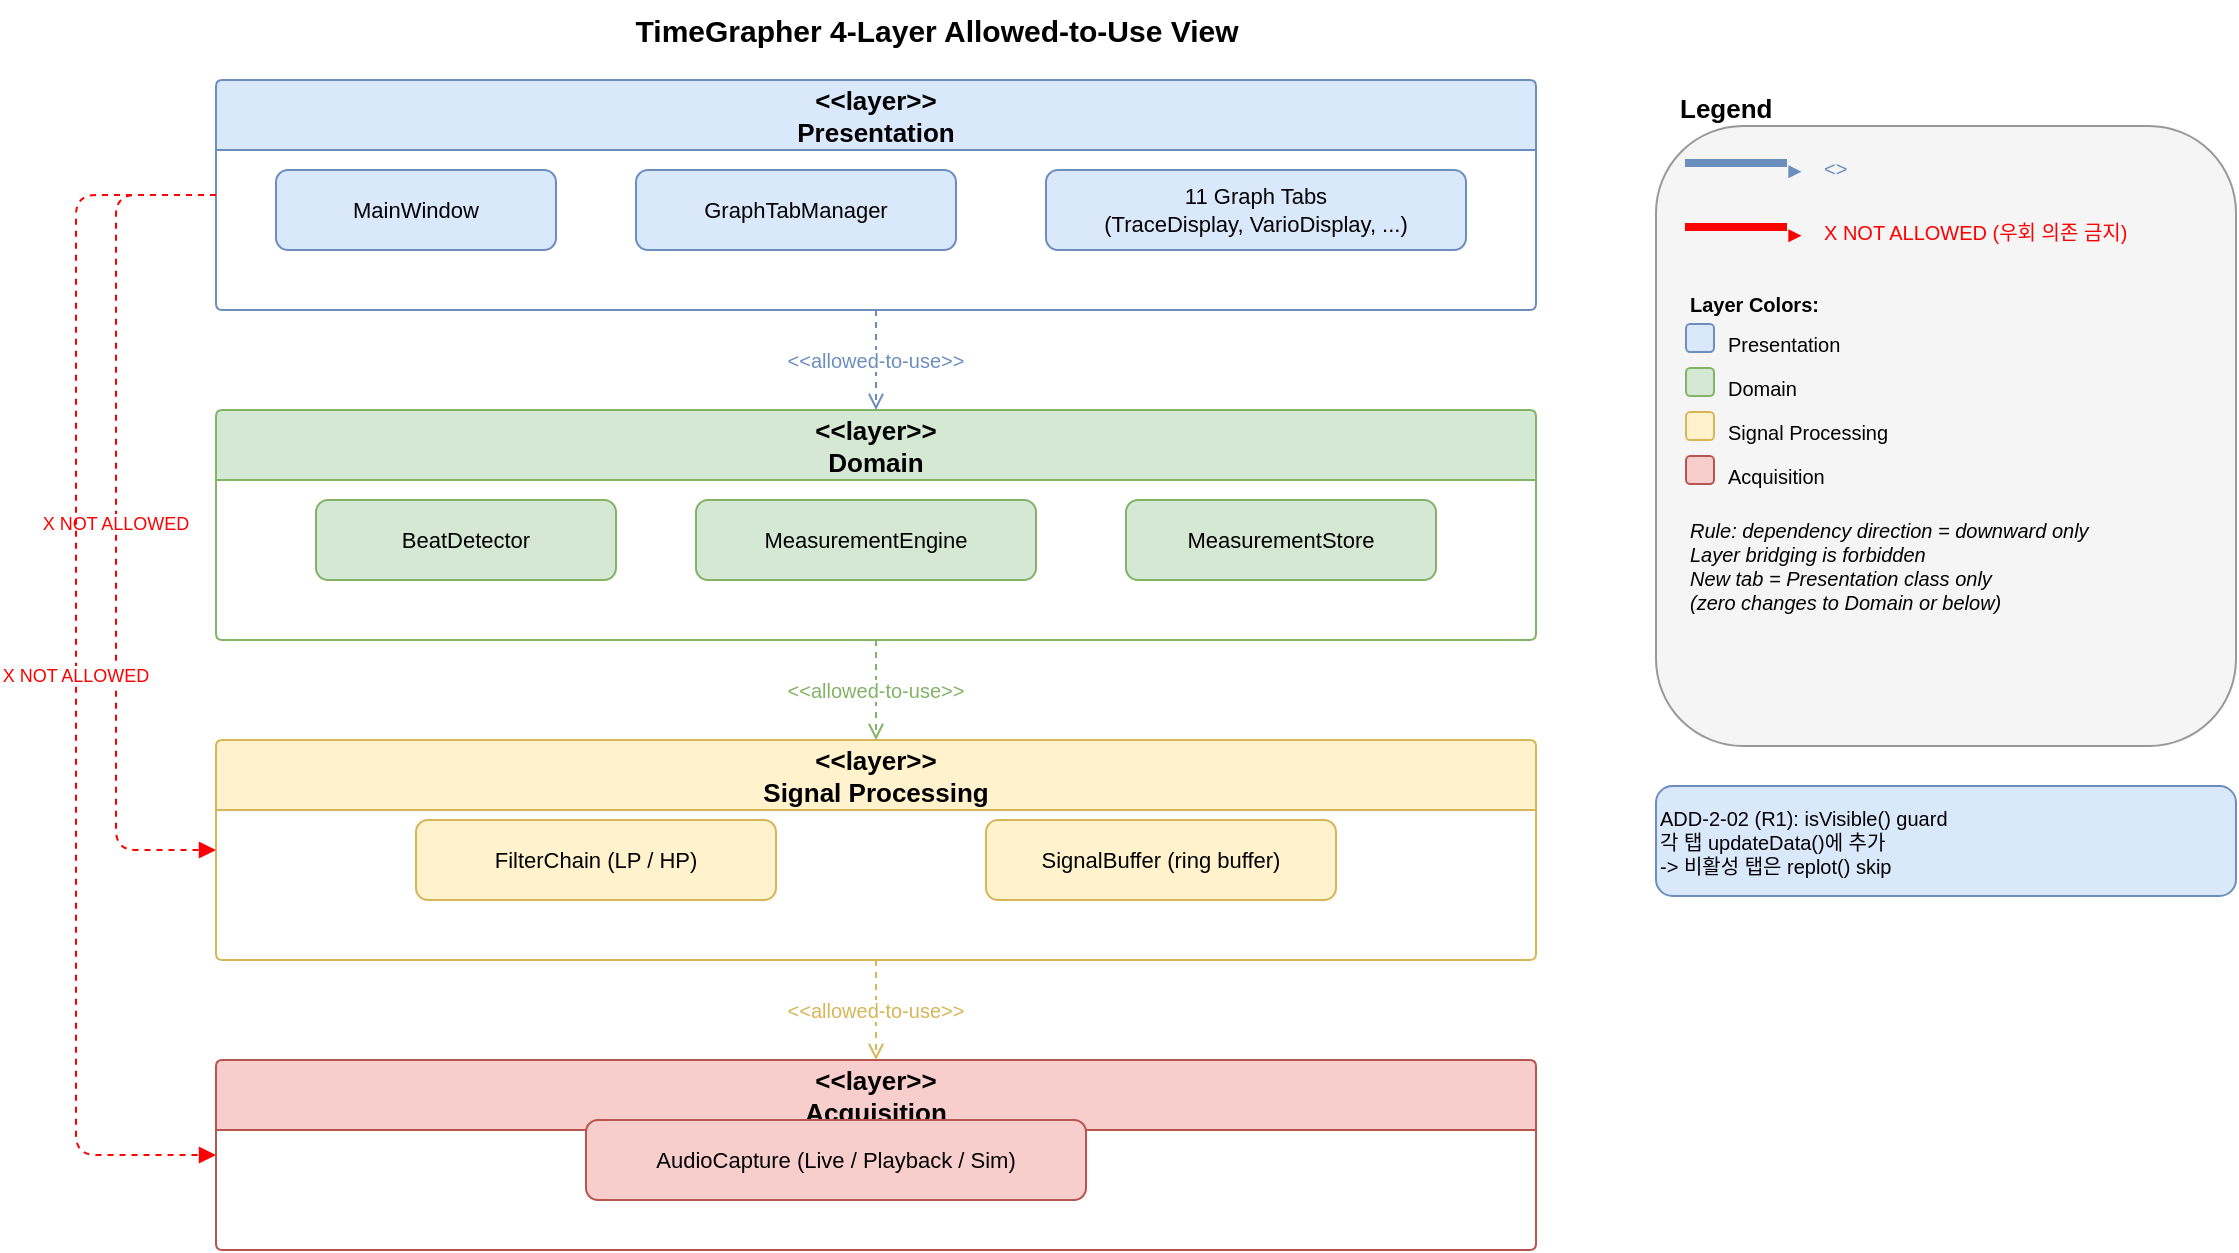
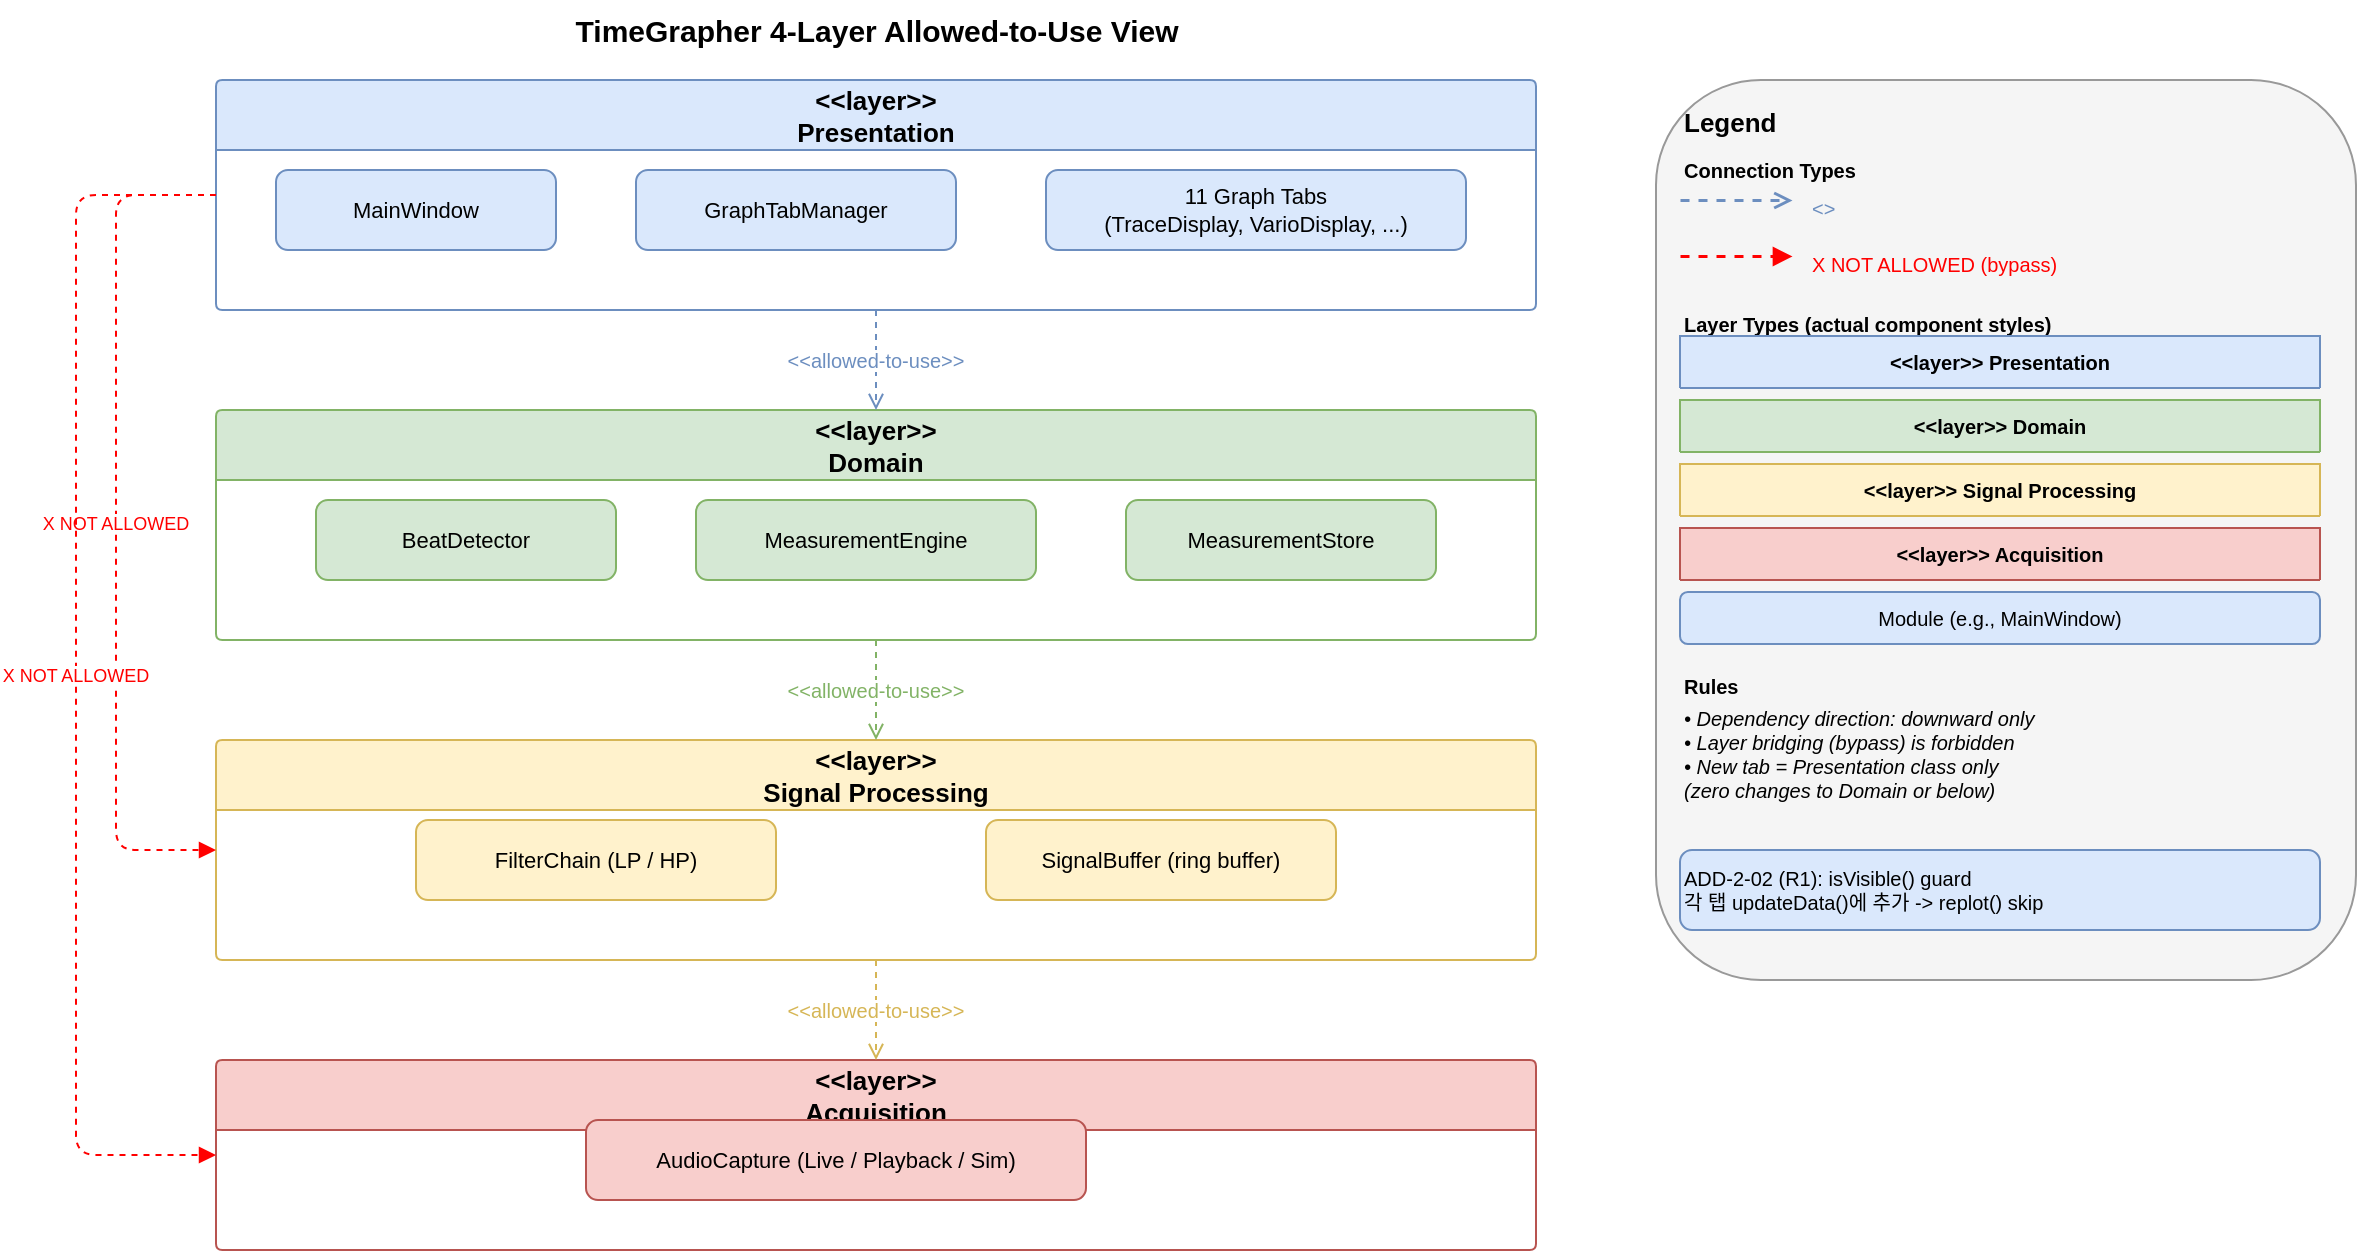
- <mxGraphModel dx="1422" dy="762" grid="1" gridSize="10" guides="1" tooltips="1" connect="1" arrows="1" fold="1" page="1" pageScale="1" pageWidth="1400" pageHeight="820" math="0" shadow="0">
+ <mxGraphModel dx="1422" dy="762" grid="1" gridSize="10" guides="1" tooltips="1" connect="1" arrows="1" fold="1" page="1" pageScale="1" pageWidth="1400" pageHeight="720" math="0" shadow="0">
  <root>
-     <mxCell id="0"/>
-     <mxCell id="1" parent="0"/>
+     <mxCell id="0"/><mxCell id="1" parent="0"/>
    <mxCell id="t0" value="TimeGrapher 4-Layer Allowed-to-Use View" style="text;html=1;strokeColor=none;fillColor=none;align=center;fontSize=15;fontStyle=1;" vertex="1" parent="1">
-       <mxGeometry x="100" y="15" width="680" height="28" as="geometry"/>
+       <mxGeometry x="80" y="15" width="660" height="28" as="geometry"/>
    </mxCell>
+     <!-- Presentation -->
    <mxCell id="L1" value="&lt;&lt;layer&gt;&gt;&#xa;Presentation" style="swimlane;fontStyle=1;align=center;startSize=35;fillColor=#dae8fc;strokeColor=#6c8ebf;rounded=1;arcSize=3;fontSize=13;" vertex="1" parent="1">
      <mxGeometry x="80" y="55" width="660" height="115" as="geometry"/>
    </mxCell>
    <mxCell id="L1a" value="MainWindow" style="rounded=1;whiteSpace=wrap;html=1;fillColor=#dae8fc;strokeColor=#6c8ebf;fontSize=11;" vertex="1" parent="L1">
      <mxGeometry x="30" y="45" width="140" height="40" as="geometry"/>
    </mxCell>
    <mxCell id="L1b" value="GraphTabManager" style="rounded=1;whiteSpace=wrap;html=1;fillColor=#dae8fc;strokeColor=#6c8ebf;fontSize=11;" vertex="1" parent="L1">
      <mxGeometry x="210" y="45" width="160" height="40" as="geometry"/>
    </mxCell>
    <mxCell id="L1c" value="11 Graph Tabs&#xa;(TraceDisplay, VarioDisplay, ...)" style="rounded=1;whiteSpace=wrap;html=1;fillColor=#dae8fc;strokeColor=#6c8ebf;fontSize=11;" vertex="1" parent="L1">
      <mxGeometry x="415" y="45" width="210" height="40" as="geometry"/>
    </mxCell>
+     <!-- Domain -->
    <mxCell id="L2" value="&lt;&lt;layer&gt;&gt;&#xa;Domain" style="swimlane;fontStyle=1;align=center;startSize=35;fillColor=#d5e8d4;strokeColor=#82b366;rounded=1;arcSize=3;fontSize=13;" vertex="1" parent="1">
      <mxGeometry x="80" y="220" width="660" height="115" as="geometry"/>
    </mxCell>
    <mxCell id="L2a" value="BeatDetector" style="rounded=1;whiteSpace=wrap;html=1;fillColor=#d5e8d4;strokeColor=#82b366;fontSize=11;" vertex="1" parent="L2">
      <mxGeometry x="50" y="45" width="150" height="40" as="geometry"/>
    </mxCell>
    <mxCell id="L2b" value="MeasurementEngine" style="rounded=1;whiteSpace=wrap;html=1;fillColor=#d5e8d4;strokeColor=#82b366;fontSize=11;" vertex="1" parent="L2">
      <mxGeometry x="240" y="45" width="170" height="40" as="geometry"/>
    </mxCell>
    <mxCell id="L2c" value="MeasurementStore" style="rounded=1;whiteSpace=wrap;html=1;fillColor=#d5e8d4;strokeColor=#82b366;fontSize=11;" vertex="1" parent="L2">
      <mxGeometry x="455" y="45" width="155" height="40" as="geometry"/>
    </mxCell>
+     <!-- Signal Processing -->
    <mxCell id="L3" value="&lt;&lt;layer&gt;&gt;&#xa;Signal Processing" style="swimlane;fontStyle=1;align=center;startSize=35;fillColor=#fff2cc;strokeColor=#d6b656;rounded=1;arcSize=3;fontSize=13;" vertex="1" parent="1">
      <mxGeometry x="80" y="385" width="660" height="110" as="geometry"/>
    </mxCell>
    <mxCell id="L3a" value="FilterChain (LP / HP)" style="rounded=1;whiteSpace=wrap;html=1;fillColor=#fff2cc;strokeColor=#d6b656;fontSize=11;" vertex="1" parent="L3">
      <mxGeometry x="100" y="40" width="180" height="40" as="geometry"/>
    </mxCell>
    <mxCell id="L3b" value="SignalBuffer (ring buffer)" style="rounded=1;whiteSpace=wrap;html=1;fillColor=#fff2cc;strokeColor=#d6b656;fontSize=11;" vertex="1" parent="L3">
      <mxGeometry x="385" y="40" width="175" height="40" as="geometry"/>
    </mxCell>
+     <!-- Acquisition -->
    <mxCell id="L4" value="&lt;&lt;layer&gt;&gt;&#xa;Acquisition" style="swimlane;fontStyle=1;align=center;startSize=35;fillColor=#f8cecc;strokeColor=#b85450;rounded=1;arcSize=3;fontSize=13;" vertex="1" parent="1">
      <mxGeometry x="80" y="545" width="660" height="95" as="geometry"/>
    </mxCell>
    <mxCell id="L4a" value="AudioCapture (Live / Playback / Sim)" style="rounded=1;whiteSpace=wrap;html=1;fillColor=#f8cecc;strokeColor=#b85450;fontSize=11;" vertex="1" parent="L4">
      <mxGeometry x="185" y="30" width="250" height="40" as="geometry"/>
    </mxCell>
+     <!-- Allowed-to-use arrows -->
    <mxCell id="A12" value="&lt;&lt;allowed-to-use&gt;&gt;" style="edgeStyle=orthogonalEdgeStyle;dashed=1;endArrow=open;endFill=0;strokeColor=#6c8ebf;fontColor=#6c8ebf;fontSize=10;" edge="1" parent="1" source="L1" target="L2">
      <mxGeometry relative="1" as="geometry"/>
    </mxCell>
    <mxCell id="A23" value="&lt;&lt;allowed-to-use&gt;&gt;" style="edgeStyle=orthogonalEdgeStyle;dashed=1;endArrow=open;endFill=0;strokeColor=#82b366;fontColor=#82b366;fontSize=10;" edge="1" parent="1" source="L2" target="L3">
      <mxGeometry relative="1" as="geometry"/>
    </mxCell>
    <mxCell id="A34" value="&lt;&lt;allowed-to-use&gt;&gt;" style="edgeStyle=orthogonalEdgeStyle;dashed=1;endArrow=open;endFill=0;strokeColor=#d6b656;fontColor=#d6b656;fontSize=10;" edge="1" parent="1" source="L3" target="L4">
      <mxGeometry relative="1" as="geometry"/>
    </mxCell>
+     <!-- NOT ALLOWED -->
    <mxCell id="NA1" value="X NOT ALLOWED" style="edgeStyle=orthogonalEdgeStyle;dashed=1;endArrow=block;endFill=1;strokeColor=#FF0000;fontColor=#FF0000;fontSize=9;exitX=0;exitY=0.5;exitDx=0;exitDy=0;entryX=0;entryY=0.5;entryDx=0;entryDy=0;" edge="1" parent="1" source="L1" target="L3">
      <mxGeometry relative="1" as="geometry">
-         <Array as="points">
-           <mxPoint x="30" y="112"/>
-           <mxPoint x="30" y="440"/>
-         </Array>
+         <Array as="points"><mxPoint x="30" y="112"/><mxPoint x="30" y="440"/></Array>
      </mxGeometry>
    </mxCell>
    <mxCell id="NA2" value="X NOT ALLOWED" style="edgeStyle=orthogonalEdgeStyle;dashed=1;endArrow=block;endFill=1;strokeColor=#FF0000;fontColor=#FF0000;fontSize=9;exitX=0;exitY=0.5;exitDx=0;exitDy=0;entryX=0;entryY=0.5;entryDx=0;entryDy=0;" edge="1" parent="1" source="L1" target="L4">
      <mxGeometry relative="1" as="geometry">
-         <Array as="points">
-           <mxPoint x="10" y="112"/>
-           <mxPoint x="10" y="592"/>
-         </Array>
+         <Array as="points"><mxPoint x="10" y="112"/><mxPoint x="10" y="592"/></Array>
      </mxGeometry>
    </mxCell>
-     <mxCell id="LEG_TITLE" value="Legend" style="text;html=1;strokeColor=none;fillColor=none;fontStyle=1;fontSize=13;align=left;" vertex="1" parent="1">
-       <mxGeometry x="810" y="55" width="80" height="22" as="geometry"/>
+ 
+     <!-- ===== LEGEND ===== -->
+     <mxCell id="LEG_BOX" value="" style="rounded=1;whiteSpace=wrap;html=1;fillColor=#f5f5f5;strokeColor=#999999;" vertex="1" parent="1">
+       <mxGeometry x="800" y="55" width="350" height="450" as="geometry"/>
    </mxCell>
-     <mxCell id="LEG_BOX" value="" style="rounded=1;whiteSpace=wrap;html=1;fillColor=#f5f5f5;strokeColor=#999999;" vertex="1" parent="1">
-       <mxGeometry x="800" y="78" width="290" height="310" as="geometry"/>
+     <mxCell id="LEG_T" value="Legend" style="text;html=1;strokeColor=none;fillColor=none;fontStyle=1;fontSize=13;align=left;" vertex="1" parent="1">
+       <mxGeometry x="812" y="62" width="80" height="20" as="geometry"/>
    </mxCell>
-     <mxCell id="LL1_BAR" value="" style="rounded=0;whiteSpace=wrap;html=1;fillColor=#6c8ebf;strokeColor=#6c8ebf;" vertex="1" parent="1">
-       <mxGeometry x="815" y="95" width="50" height="3" as="geometry"/>
+ 
+     <!-- Section 1: Connection Types -->
+     <mxCell id="LS1" value="Connection Types" style="text;html=1;strokeColor=none;fillColor=none;fontStyle=1;fontSize=10;align=left;" vertex="1" parent="1">
+       <mxGeometry x="812" y="88" width="320" height="16" as="geometry"/>
    </mxCell>
-     <mxCell id="LL1_ARR" value="&#x25BA;" style="text;html=1;strokeColor=none;fillColor=none;align=left;fontSize=11;fontColor=#6c8ebf;" vertex="1" parent="1">
-       <mxGeometry x="862" y="87" width="20" height="18" as="geometry"/>
+     <!-- Edge 1: allowed-to-use — no label, separate text cell -->
+     <mxCell id="LE1" value="" style="dashed=1;endArrow=open;endFill=0;strokeColor=#6c8ebf;strokeWidth=1.5;" edge="1" parent="1">
+       <mxGeometry relative="1" as="geometry">
+         <mxPoint x="812" y="115" as="sourcePoint"/>
+         <mxPoint x="868" y="115" as="targetPoint"/>
+       </mxGeometry>
    </mxCell>
-     <mxCell id="LL1_TXT" value="&lt;&lt;allowed-to-use&gt;&gt;" style="text;html=1;strokeColor=none;fillColor=none;align=left;fontSize=10;fontColor=#6c8ebf;" vertex="1" parent="1">
-       <mxGeometry x="882" y="87" width="190" height="18" as="geometry"/>
+     <mxCell id="LT1" value="&lt;&lt;allowed-to-use&gt;&gt;" style="text;html=1;strokeColor=none;fillColor=none;align=left;fontSize=10;fontColor=#6c8ebf;" vertex="1" parent="1">
+       <mxGeometry x="876" y="107" width="262" height="18" as="geometry"/>
    </mxCell>
-     <mxCell id="LL2_BAR" value="" style="rounded=0;whiteSpace=wrap;html=1;fillColor=#FF0000;strokeColor=#FF0000;" vertex="1" parent="1">
-       <mxGeometry x="815" y="127" width="50" height="3" as="geometry"/>
+     <!-- Edge 2: NOT ALLOWED -->
+     <mxCell id="LE2" value="" style="dashed=1;endArrow=block;endFill=1;strokeColor=#FF0000;strokeWidth=1.5;" edge="1" parent="1">
+       <mxGeometry relative="1" as="geometry">
+         <mxPoint x="812" y="143" as="sourcePoint"/>
+         <mxPoint x="868" y="143" as="targetPoint"/>
+       </mxGeometry>
    </mxCell>
-     <mxCell id="LL2_ARR" value="&#x25BA;" style="text;html=1;strokeColor=none;fillColor=none;align=left;fontSize=11;fontColor=#FF0000;" vertex="1" parent="1">
-       <mxGeometry x="862" y="119" width="20" height="18" as="geometry"/>
+     <mxCell id="LT2" value="X NOT ALLOWED (bypass)" style="text;html=1;strokeColor=none;fillColor=none;align=left;fontSize=10;fontColor=#FF0000;" vertex="1" parent="1">
+       <mxGeometry x="876" y="135" width="262" height="18" as="geometry"/>
    </mxCell>
-     <mxCell id="LL2_TXT" value="X NOT ALLOWED (우회 의존 금지)" style="text;html=1;strokeColor=none;fillColor=none;align=left;fontSize=10;fontColor=#FF0000;" vertex="1" parent="1">
-       <mxGeometry x="882" y="119" width="190" height="18" as="geometry"/>
+ 
+     <!-- Section 2: Layer Types — actual component style copies -->
+     <mxCell id="LS2" value="Layer Types  (actual component styles)" style="text;html=1;strokeColor=none;fillColor=none;fontStyle=1;fontSize=10;align=left;" vertex="1" parent="1">
+       <mxGeometry x="812" y="165" width="320" height="16" as="geometry"/>
    </mxCell>
-     <mxCell id="LL3_HDR" value="Layer Colors:" style="text;html=1;strokeColor=none;fillColor=none;align=left;fontSize=10;fontStyle=1;" vertex="1" parent="1">
-       <mxGeometry x="815" y="155" width="120" height="18" as="geometry"/>
+     <mxCell id="LLP" value="&lt;&lt;layer&gt;&gt; Presentation" style="swimlane;fontStyle=1;align=center;startSize=26;fillColor=#dae8fc;strokeColor=#6c8ebf;rounded=1;arcSize=3;fontSize=10;" vertex="1" parent="1">
+       <mxGeometry x="812" y="183" width="320" height="26" as="geometry"/>
    </mxCell>
-     <mxCell id="LL3_P" value="" style="rounded=1;fillColor=#dae8fc;strokeColor=#6c8ebf;" vertex="1" parent="1">
-       <mxGeometry x="815" y="177" width="14" height="14" as="geometry"/>
+     <mxCell id="LLD" value="&lt;&lt;layer&gt;&gt; Domain" style="swimlane;fontStyle=1;align=center;startSize=26;fillColor=#d5e8d4;strokeColor=#82b366;rounded=1;arcSize=3;fontSize=10;" vertex="1" parent="1">
+       <mxGeometry x="812" y="215" width="320" height="26" as="geometry"/>
    </mxCell>
-     <mxCell id="LL3_PT" value="Presentation" style="text;html=1;strokeColor=none;fillColor=none;align=left;fontSize=10;" vertex="1" parent="1">
-       <mxGeometry x="834" y="175" width="110" height="18" as="geometry"/>
+     <mxCell id="LLSP" value="&lt;&lt;layer&gt;&gt; Signal Processing" style="swimlane;fontStyle=1;align=center;startSize=26;fillColor=#fff2cc;strokeColor=#d6b656;rounded=1;arcSize=3;fontSize=10;" vertex="1" parent="1">
+       <mxGeometry x="812" y="247" width="320" height="26" as="geometry"/>
    </mxCell>
-     <mxCell id="LL3_D" value="" style="rounded=1;fillColor=#d5e8d4;strokeColor=#82b366;" vertex="1" parent="1">
-       <mxGeometry x="815" y="199" width="14" height="14" as="geometry"/>
+     <mxCell id="LLA" value="&lt;&lt;layer&gt;&gt; Acquisition" style="swimlane;fontStyle=1;align=center;startSize=26;fillColor=#f8cecc;strokeColor=#b85450;rounded=1;arcSize=3;fontSize=10;" vertex="1" parent="1">
+       <mxGeometry x="812" y="279" width="320" height="26" as="geometry"/>
    </mxCell>
-     <mxCell id="LL3_DT" value="Domain" style="text;html=1;strokeColor=none;fillColor=none;align=left;fontSize=10;" vertex="1" parent="1">
-       <mxGeometry x="834" y="197" width="110" height="18" as="geometry"/>
+     <!-- Mini module inside Presentation -->
+     <mxCell id="LLMOD" value="Module  (e.g., MainWindow)" style="rounded=1;whiteSpace=wrap;html=1;fillColor=#dae8fc;strokeColor=#6c8ebf;fontSize=10;" vertex="1" parent="1">
+       <mxGeometry x="812" y="311" width="320" height="26" as="geometry"/>
    </mxCell>
-     <mxCell id="LL3_SP" value="" style="rounded=1;fillColor=#fff2cc;strokeColor=#d6b656;" vertex="1" parent="1">
-       <mxGeometry x="815" y="221" width="14" height="14" as="geometry"/>
+ 
+     <!-- Section 3: Rules -->
+     <mxCell id="LS3" value="Rules" style="text;html=1;strokeColor=none;fillColor=none;fontStyle=1;fontSize=10;align=left;" vertex="1" parent="1">
+       <mxGeometry x="812" y="346" width="320" height="16" as="geometry"/>
    </mxCell>
-     <mxCell id="LL3_SPT" value="Signal Processing" style="text;html=1;strokeColor=none;fillColor=none;align=left;fontSize=10;" vertex="1" parent="1">
-       <mxGeometry x="834" y="219" width="110" height="18" as="geometry"/>
+     <mxCell id="LLR" value="&#x2022; Dependency direction: downward only&#xa;&#x2022; Layer bridging (bypass) is forbidden&#xa;&#x2022; New tab = Presentation class only&#xa;  (zero changes to Domain or below)" style="text;html=1;strokeColor=none;fillColor=none;align=left;fontSize=10;fontStyle=2;" vertex="1" parent="1">
+       <mxGeometry x="812" y="362" width="320" height="70" as="geometry"/>
    </mxCell>
-     <mxCell id="LL3_A" value="" style="rounded=1;fillColor=#f8cecc;strokeColor=#b85450;" vertex="1" parent="1">
-       <mxGeometry x="815" y="243" width="14" height="14" as="geometry"/>
-     </mxCell>
-     <mxCell id="LL3_AT" value="Acquisition" style="text;html=1;strokeColor=none;fillColor=none;align=left;fontSize=10;" vertex="1" parent="1">
-       <mxGeometry x="834" y="241" width="110" height="18" as="geometry"/>
-     </mxCell>
-     <mxCell id="LL4" value="Rule: dependency direction = downward only&#xa;Layer bridging is forbidden&#xa;New tab = Presentation class only&#xa;(zero changes to Domain or below)" style="text;html=1;strokeColor=none;fillColor=none;align=left;fontSize=10;fontStyle=2;" vertex="1" parent="1">
-       <mxGeometry x="815" y="268" width="265" height="100" as="geometry"/>
-     </mxCell>
-     <mxCell id="ADDNOTE" value="ADD-2-02 (R1): isVisible() guard&#xa;각 탭 updateData()에 추가&#xa;-> 비활성 탭은 replot() skip" style="rounded=1;whiteSpace=wrap;html=1;fillColor=#dae8fc;strokeColor=#6c8ebf;align=left;fontSize=10;" vertex="1" parent="1">
-       <mxGeometry x="800" y="408" width="290" height="55" as="geometry"/>
+ 
+     <!-- ADD-2-02 note: actual style of annotation box -->
+     <mxCell id="LLADD" value="ADD-2-02 (R1): isVisible() guard&#xa;각 탭 updateData()에 추가 -&gt; replot() skip" style="rounded=1;whiteSpace=wrap;html=1;fillColor=#dae8fc;strokeColor=#6c8ebf;align=left;fontSize=10;" vertex="1" parent="1">
+       <mxGeometry x="812" y="440" width="320" height="40" as="geometry"/>
    </mxCell>
  </root>
</mxGraphModel>
